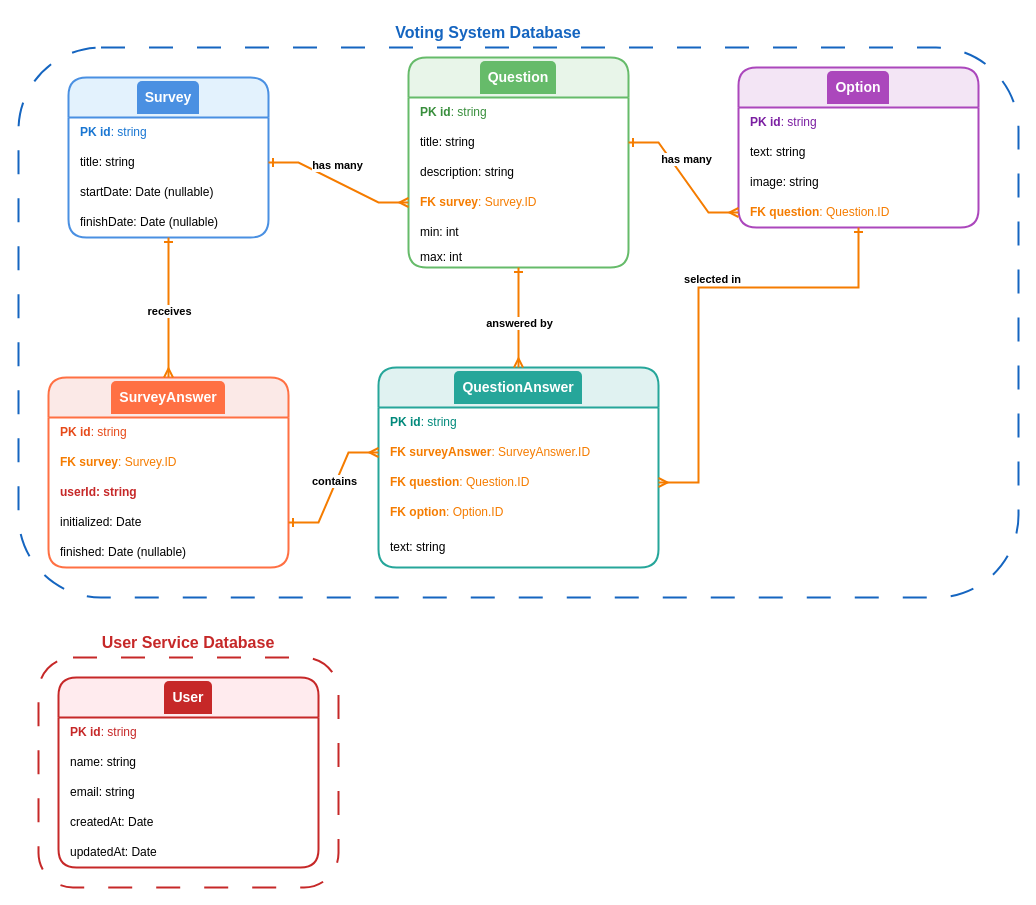
Above: architecture/vote-system/diagrams/database-diagram.drawio in codegik/team-red (draw.io), before the change. Source tidied: cells renumbered, new cells numbered last; positions are measured from the earlier drawing's top-left corner, leaving out a move shared by most shapes. Both pictures are drawn from the tidied source at 100%, with x=0, y=0 at pixel (18, 17).
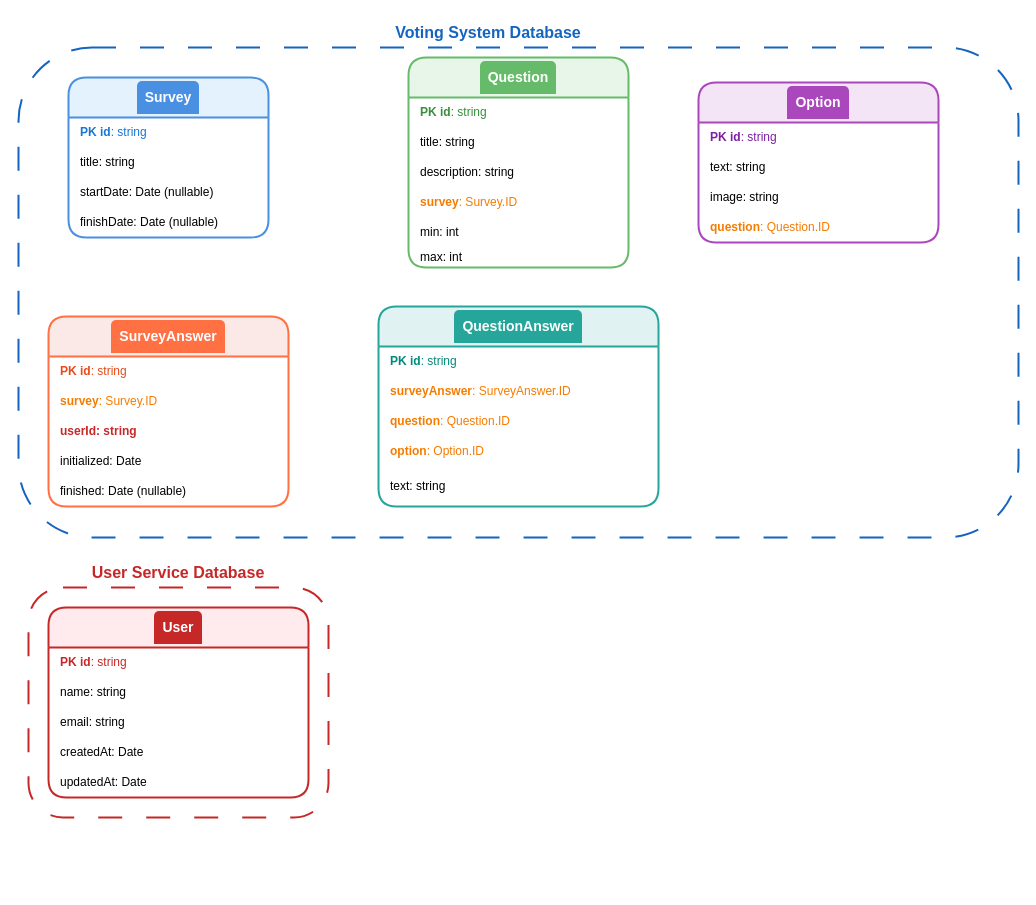
Above is the later version.

The change refers to these unchanged cells:
```xml
<mxCell id="4" value="&lt;div style=&quot;background-color:#4A90E2;color:#FFFFFF;padding:8px;font-weight:bold;font-size:14px;border-radius:5px 5px 0 0;&quot;&gt;Survey&lt;/div&gt;" style="swimlane;fontStyle=0;horizontal=1;startSize=40;whiteSpace=wrap;html=1;fillColor=#E3F2FD;strokeColor=#4A90E2;strokeWidth=2;rounded=1;" parent="1" vertex="1">
  <mxGeometry x="50" y="60" width="200" height="160" as="geometry" />
</mxCell>
<mxCell id="6" value="title: string" style="text;strokeColor=none;fillColor=none;align=left;verticalAlign=middle;spacingLeft=10;spacingRight=4;overflow=hidden;points=[[0,0.5],[1,0.5]];portConstraint=eastwest;whiteSpace=wrap;html=1;" parent="4" vertex="1">
  <mxGeometry y="70" width="200" height="30" as="geometry" />
</mxCell>
<mxCell id="9" value="&lt;div style=&quot;background-color:#66BB6A;color:#FFFFFF;padding:8px;font-weight:bold;font-size:14px;border-radius:5px 5px 0 0;&quot;&gt;Question&lt;/div&gt;" style="swimlane;fontStyle=0;horizontal=1;startSize=40;whiteSpace=wrap;html=1;fillColor=#E8F5E9;strokeColor=#66BB6A;strokeWidth=2;rounded=1;" parent="1" vertex="1">
  <mxGeometry x="390" y="40" width="220" height="210" as="geometry" />
</mxCell>
<mxCell id="11" value="title: string" style="text;strokeColor=none;fillColor=none;align=left;verticalAlign=middle;spacingLeft=10;spacingRight=4;overflow=hidden;points=[[0,0.5],[1,0.5]];portConstraint=eastwest;whiteSpace=wrap;html=1;" parent="9" vertex="1">
  <mxGeometry y="70" width="220" height="30" as="geometry" />
</mxCell>
<mxCell id="25" value="initialized: Date" style="text;strokeColor=none;fillColor=none;align=left;verticalAlign=middle;spacingLeft=10;spacingRight=4;overflow=hidden;points=[[0,0.5],[1,0.5]];portConstraint=eastwest;whiteSpace=wrap;html=1;" parent="21" vertex="1">
  <mxGeometry y="130" width="240" height="30" as="geometry" />
</mxCell>
```

What changed in the source:
```diff
@@
+    <mxCell id="51" style="rounded=1;whiteSpace=wrap;html=1;fillColor=none;strokeColor=#1565C0;strokeWidth=2;dashed=1;dashPattern=12 12;" parent="1" vertex="1">
+      <mxGeometry y="30" width="1000" height="490" as="geometry" />
+    </mxCell>
@@
     <mxCell id="3" value="&lt;div style=&quot;font-weight:bold;font-size:16px;color:#C62828;&quot;&gt;User Service Database&lt;/div&gt;" style="text;html=1;strokeColor=none;fillColor=none;align=center;verticalAlign=middle;whiteSpace=wrap;rounded=0;" parent="1" vertex="1">
-      <mxGeometry x="70" y="610" width="200" height="30" as="geometry" />
+      <mxGeometry x="60" y="540" width="200" height="30" as="geometry" />
     </mxCell>
@@
-    <mxCell id="13" value="&lt;b&gt;FK survey&lt;/b&gt;: Survey.ID" style="text;strokeColor=none;fillColor=none;align=left;verticalAlign=middle;spacingLeft=10;spacingRight=4;overflow=hidden;points=[[0,0.5],[1,0.5]];portConstraint=eastwest;whiteSpace=wrap;html=1;fontColor=#F57C00;" parent="9" vertex="1">
+    <mxCell id="13" value="&lt;b&gt;survey&lt;/b&gt;: Survey.ID" style="text;strokeColor=none;fillColor=none;align=left;verticalAlign=middle;spacingLeft=10;spacingRight=4;overflow=hidden;points=[[0,0.5],[1,0.5]];portConstraint=eastwest;whiteSpace=wrap;html=1;fontColor=#F57C00;" parent="9" vertex="1">
       <mxGeometry y="130" width="220" height="30" as="geometry" />
     </mxCell>
@@
     <mxCell id="16" value="&lt;div style=&quot;background-color:#AB47BC;color:#FFFFFF;padding:8px;font-weight:bold;font-size:14px;border-radius:5px 5px 0 0;&quot;&gt;Option&lt;/div&gt;" style="swimlane;fontStyle=0;horizontal=1;startSize=40;whiteSpace=wrap;html=1;fillColor=#F3E5F5;strokeColor=#AB47BC;strokeWidth=2;rounded=1;" parent="1" vertex="1">
-      <mxGeometry x="720" y="50" width="240" height="160" as="geometry" />
+      <mxGeometry x="680" y="65" width="240" height="160" as="geometry" />
     </mxCell>
@@
-    <mxCell id="20" value="&lt;b&gt;FK question&lt;/b&gt;: Question.ID" style="text;strokeColor=none;fillColor=none;align=left;verticalAlign=middle;spacingLeft=10;spacingRight=4;overflow=hidden;points=[[0,0.5],[1,0.5]];portConstraint=eastwest;whiteSpace=wrap;html=1;fontColor=#F57C00;" parent="16" vertex="1">
+    <mxCell id="20" value="&lt;b&gt;question&lt;/b&gt;: Question.ID" style="text;strokeColor=none;fillColor=none;align=left;verticalAlign=middle;spacingLeft=10;spacingRight=4;overflow=hidden;points=[[0,0.5],[1,0.5]];portConstraint=eastwest;whiteSpace=wrap;html=1;fontColor=#F57C00;" parent="16" vertex="1">
       <mxGeometry y="130" width="240" height="30" as="geometry" />
     </mxCell>
     <mxCell id="21" value="&lt;div style=&quot;background-color:#FF7043;color:#FFFFFF;padding:8px;font-weight:bold;font-size:14px;border-radius:5px 5px 0 0;&quot;&gt;SurveyAnswer&lt;/div&gt;" style="swimlane;fontStyle=0;horizontal=1;startSize=40;whiteSpace=wrap;html=1;fillColor=#FBE9E7;strokeColor=#FF7043;strokeWidth=2;rounded=1;" parent="1" vertex="1">
-      <mxGeometry x="30" y="360" width="240" height="190" as="geometry" />
+      <mxGeometry x="30" y="299" width="240" height="190" as="geometry" />
     </mxCell>
@@
-    <mxCell id="23" value="&lt;b&gt;FK survey&lt;/b&gt;: Survey.ID" style="text;strokeColor=none;fillColor=none;align=left;verticalAlign=middle;spacingLeft=10;spacingRight=4;overflow=hidden;whiteSpace=wrap;html=1;fontColor=#F57C00;" parent="21" vertex="1">
+    <mxCell id="23" value="&lt;b&gt;survey&lt;/b&gt;: Survey.ID" style="text;strokeColor=none;fillColor=none;align=left;verticalAlign=middle;spacingLeft=10;spacingRight=4;overflow=hidden;whiteSpace=wrap;html=1;fontColor=#F57C00;" parent="21" vertex="1">
       <mxGeometry y="70" width="240" height="30" as="geometry" />
     </mxCell>
@@
     <mxCell id="27" value="&lt;div style=&quot;background-color:#26A69A;color:#FFFFFF;padding:8px;font-weight:bold;font-size:14px;border-radius:5px 5px 0 0;&quot;&gt;QuestionAnswer&lt;/div&gt;" style="swimlane;fontStyle=0;horizontal=1;startSize=40;whiteSpace=wrap;html=1;fillColor=#E0F2F1;strokeColor=#26A69A;strokeWidth=2;rounded=1;" parent="1" vertex="1">
-      <mxGeometry x="360" y="350" width="280" height="200" as="geometry" />
+      <mxGeometry x="360" y="289" width="280" height="200" as="geometry" />
     </mxCell>
@@
-    <mxCell id="29" value="&lt;b&gt;FK surveyAnswer&lt;/b&gt;: SurveyAnswer.ID" style="text;strokeColor=none;fillColor=none;align=left;verticalAlign=middle;spacingLeft=10;spacingRight=4;overflow=hidden;points=[[0,0.5],[1,0.5]];portConstraint=eastwest;whiteSpace=wrap;html=1;fontColor=#F57C00;" parent="27" vertex="1">
+    <mxCell id="29" value="&lt;b&gt;surveyAnswer&lt;/b&gt;: SurveyAnswer.ID" style="text;strokeColor=none;fillColor=none;align=left;verticalAlign=middle;spacingLeft=10;spacingRight=4;overflow=hidden;points=[[0,0.5],[1,0.5]];portConstraint=eastwest;whiteSpace=wrap;html=1;fontColor=#F57C00;" parent="27" vertex="1">
       <mxGeometry y="70" width="280" height="30" as="geometry" />
     </mxCell>
-    <mxCell id="30" value="&lt;b&gt;FK question&lt;/b&gt;: Question.ID" style="text;strokeColor=none;fillColor=none;align=left;verticalAlign=middle;spacingLeft=10;spacingRight=4;overflow=hidden;points=[[0,0.5],[1,0.5]];portConstraint=eastwest;whiteSpace=wrap;html=1;fontColor=#F57C00;" parent="27" vertex="1">
+    <mxCell id="30" value="&lt;b&gt;question&lt;/b&gt;: Question.ID" style="text;strokeColor=none;fillColor=none;align=left;verticalAlign=middle;spacingLeft=10;spacingRight=4;overflow=hidden;points=[[0,0.5],[1,0.5]];portConstraint=eastwest;whiteSpace=wrap;html=1;fontColor=#F57C00;" parent="27" vertex="1">
       <mxGeometry y="100" width="280" height="30" as="geometry" />
     </mxCell>
-    <mxCell id="31" value="&lt;b&gt;FK option&lt;/b&gt;: Option.ID" style="text;strokeColor=none;fillColor=none;align=left;verticalAlign=middle;spacingLeft=10;spacingRight=4;overflow=hidden;whiteSpace=wrap;html=1;fontColor=#F57C00;" parent="27" vertex="1">
+    <mxCell id="31" value="&lt;b&gt;option&lt;/b&gt;: Option.ID" style="text;strokeColor=none;fillColor=none;align=left;verticalAlign=middle;spacingLeft=10;spacingRight=4;overflow=hidden;whiteSpace=wrap;html=1;fontColor=#F57C00;" parent="27" vertex="1">
       <mxGeometry y="130" width="280" height="30" as="geometry" />
     </mxCell>
@@
     <mxCell id="33" value="&lt;div style=&quot;background-color:#C62828;color:#FFFFFF;padding:8px;font-weight:bold;font-size:14px;border-radius:5px 5px 0 0;&quot;&gt;User&lt;/div&gt;" style="swimlane;fontStyle=0;horizontal=1;startSize=40;whiteSpace=wrap;html=1;fillColor=#FFEBEE;strokeColor=#C62828;strokeWidth=2;rounded=1;dashed=0;" parent="1" vertex="1">
-      <mxGeometry x="40" y="660" width="260" height="190" as="geometry" />
+      <mxGeometry x="30" y="590" width="260" height="190" as="geometry" />
     </mxCell>
@@
-    <mxCell id="39" style="edgeStyle=entityRelationEdgeStyle;fontSize=12;html=1;endArrow=ERmany;startArrow=ERone;rounded=0;exitX=1;exitY=0.5;exitDx=0;exitDy=0;entryX=0;entryY=0.5;entryDx=0;entryDy=0;strokeWidth=2;strokeColor=#F57C00;" parent="1" edge="1" source="6" target="13">
-      <mxGeometry relative="1" as="geometry" />
-    </mxCell>
-    <mxCell id="40" value="has many" style="edgeLabel;html=1;align=center;verticalAlign=middle;fontSize=11;fontStyle=1;backgroundColor=#FFF3E0;rounded=1;" parent="39" vertex="1">
-      <mxGeometry x="-0.1" y="2" relative="1" as="geometry">
-        <mxPoint x="5" y="-12" as="offset" />
-      </mxGeometry>
-    </mxCell>
-    <mxCell id="41" style="edgeStyle=entityRelationEdgeStyle;fontSize=12;html=1;endArrow=ERmany;startArrow=ERone;rounded=0;exitX=1;exitY=0.5;exitDx=0;exitDy=0;entryX=0;entryY=0.5;entryDx=0;entryDy=0;strokeWidth=2;strokeColor=#F57C00;" parent="1" edge="1" source="11" target="20">
-      <mxGeometry relative="1" as="geometry" />
-    </mxCell>
-    <mxCell id="42" value="has many" style="edgeLabel;html=1;align=center;verticalAlign=middle;fontSize=11;fontStyle=1;backgroundColor=#FFF3E0;rounded=1;" parent="41" vertex="1">
-      <mxGeometry x="-0.1" y="2" relative="1" as="geometry">
-        <mxPoint x="5" y="-12" as="offset" />
-      </mxGeometry>
-    </mxCell>
-    <mxCell id="43" style="edgeStyle=orthogonalEdgeStyle;fontSize=12;html=1;endArrow=ERmany;startArrow=ERone;rounded=0;exitX=0.5;exitY=1;exitDx=0;exitDy=0;entryX=0.5;entryY=0;entryDx=0;entryDy=0;strokeWidth=2;strokeColor=#F57C00;" parent="1" edge="1" source="4" target="21">
-      <mxGeometry relative="1" as="geometry" />
-    </mxCell>
-    <mxCell id="44" value="receives" style="edgeLabel;html=1;align=center;verticalAlign=middle;fontSize=11;fontStyle=1;backgroundColor=#FFF3E0;rounded=1;" parent="43" vertex="1">
-      <mxGeometry x="-0.1" y="2" relative="1" as="geometry">
-        <mxPoint x="-2" y="10" as="offset" />
-      </mxGeometry>
-    </mxCell>
-    <mxCell id="45" style="edgeStyle=entityRelationEdgeStyle;fontSize=12;html=1;endArrow=ERmany;startArrow=ERone;rounded=0;exitX=1;exitY=0.5;exitDx=0;exitDy=0;entryX=0;entryY=0.5;entryDx=0;entryDy=0;strokeWidth=2;strokeColor=#F57C00;" parent="1" edge="1" source="25" target="29">
-      <mxGeometry relative="1" as="geometry" />
-    </mxCell>
-    <mxCell id="46" value="contains" style="edgeLabel;html=1;align=center;verticalAlign=middle;fontSize=11;fontStyle=1;backgroundColor=#FFF3E0;rounded=1;" parent="45" vertex="1">
-      <mxGeometry x="-0.1" y="2" relative="1" as="geometry">
-        <mxPoint x="5" y="-12" as="offset" />
-      </mxGeometry>
-    </mxCell>
-    <mxCell id="47" style="edgeStyle=orthogonalEdgeStyle;fontSize=12;html=1;endArrow=ERmany;startArrow=ERone;rounded=0;exitX=0.5;exitY=1;exitDx=0;exitDy=0;entryX=0.5;entryY=0;entryDx=0;entryDy=0;strokeWidth=2;strokeColor=#F57C00;" parent="1" edge="1" source="9" target="27">
-      <mxGeometry relative="1" as="geometry" />
-    </mxCell>
-    <mxCell id="48" value="answered by" style="edgeLabel;html=1;align=center;verticalAlign=middle;fontSize=11;fontStyle=1;backgroundColor=#FFF3E0;rounded=1;" parent="47" vertex="1">
-      <mxGeometry x="-0.1" y="2" relative="1" as="geometry">
-        <mxPoint x="-2" y="10" as="offset" />
-      </mxGeometry>
-    </mxCell>
-    <mxCell id="49" style="edgeStyle=orthogonalEdgeStyle;fontSize=12;html=1;endArrow=ERmany;startArrow=ERone;rounded=0;exitX=0.5;exitY=1;exitDx=0;exitDy=0;strokeWidth=2;strokeColor=#F57C00;entryX=1;entryY=0.5;entryDx=0;entryDy=0;" parent="1" edge="1" source="16" target="30">
-      <mxGeometry relative="1" as="geometry">
-        <Array as="points">
-          <mxPoint x="840" y="270" />
-          <mxPoint x="680" y="270" />
-          <mxPoint x="680" y="465" />
-        </Array>
-      </mxGeometry>
-    </mxCell>
-    <mxCell id="50" value="selected in" style="edgeLabel;html=1;align=center;verticalAlign=middle;fontSize=11;fontStyle=1;backgroundColor=#FFF3E0;rounded=1;" parent="49" vertex="1">
-      <mxGeometry x="-0.1" y="2" relative="1" as="geometry">
-        <mxPoint x="-2" y="-11" as="offset" />
-      </mxGeometry>
-    </mxCell>
-    <mxCell id="51" style="rounded=1;whiteSpace=wrap;html=1;fillColor=none;strokeColor=#1565C0;strokeWidth=2;dashed=1;dashPattern=12 12;" parent="1" vertex="1">
-      <mxGeometry y="30" width="1000" height="550" as="geometry" />
-    </mxCell>
     <mxCell id="52" style="rounded=1;whiteSpace=wrap;html=1;fillColor=none;strokeColor=#C62828;strokeWidth=2;dashed=1;dashPattern=12 12;" parent="1" vertex="1">
-      <mxGeometry x="20" y="640" width="300" height="230" as="geometry" />
+      <mxGeometry x="10" y="570" width="300" height="230" as="geometry" />
     </mxCell>
```
